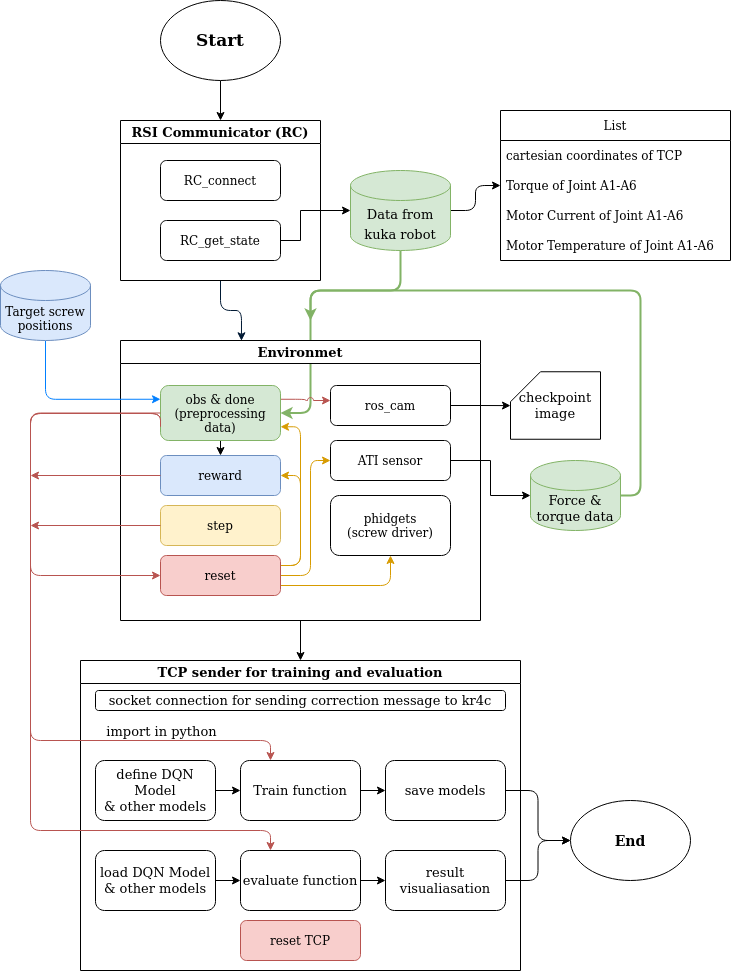
Before: New_Worflow.png, a diagram exported from draw.io (TONiiV/flowcharts). Source tidied: cells renumbered, new cells last; positions are measured from the earlier drawing's top-left corner, leaving out a move shared by most shapes.
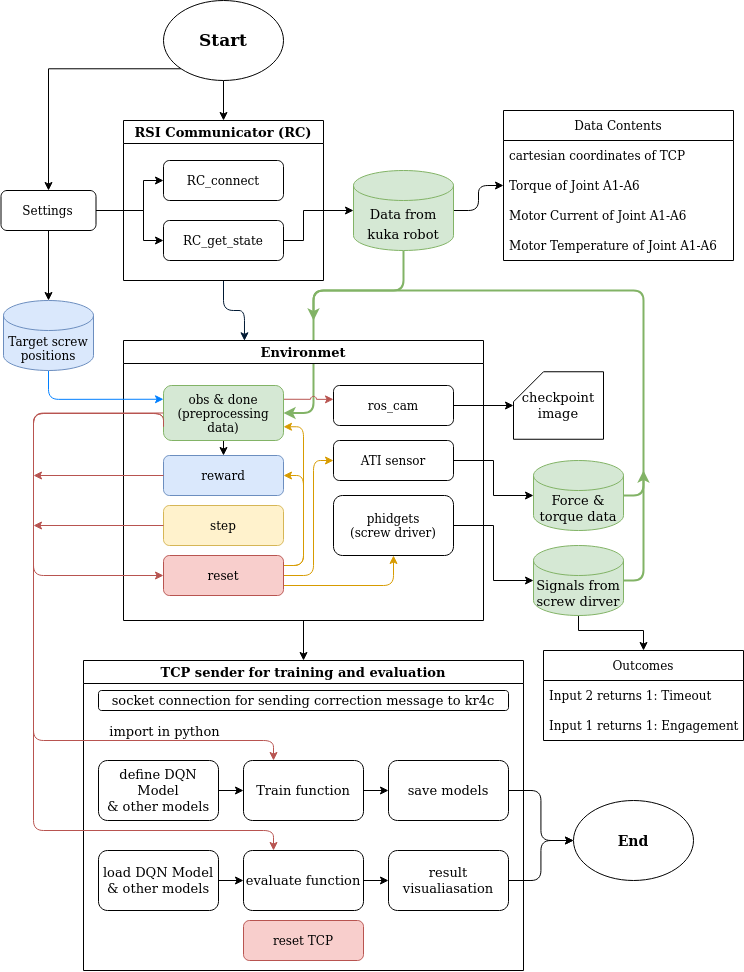
The same file after the commit.

The edit, as a diff of the source:
```diff
@@ -19,6 +19,9 @@
     <mxCell id="5" style="edgeStyle=orthogonalEdgeStyle;rounded=0;jettySize=auto;html=1;exitX=0.5;exitY=1;exitDx=0;exitDy=0;entryX=0.5;entryY=0;entryDx=0;entryDy=0;fontSize=13;" parent="1" edge="1" source="6" target="27">
       <mxGeometry relative="1" as="geometry" />
     </mxCell>
+    <mxCell id="61" style="edgeStyle=orthogonalEdgeStyle;rounded=0;jettySize=auto;html=1;exitX=0;exitY=1;exitDx=0;exitDy=0;strokeWidth=1;" parent="1" edge="1" source="6" target="72">
+      <mxGeometry relative="1" as="geometry" />
+    </mxCell>
     <mxCell id="6" value="&lt;font style=&quot;font-size: 17px&quot;&gt;&lt;b&gt;Start&lt;/b&gt;&lt;/font&gt;" style="ellipse;whiteSpace=wrap;html=1;" parent="1" vertex="1">
       <mxGeometry x="160" width="120" height="80" as="geometry" />
     </mxCell>
@@ -212,7 +215,7 @@
     <mxCell id="53" style="edgeStyle=orthogonalEdgeStyle;rounded=1;jettySize=auto;html=1;exitX=1;exitY=0.5;exitDx=0;exitDy=0;fontSize=14;strokeWidth=1;" parent="1" edge="1" source="44" target="51">
       <mxGeometry relative="1" as="geometry" />
     </mxCell>
-    <mxCell id="54" value="List" style="swimlane;fontStyle=0;horizontal=1;startSize=30;fontSize=12;" parent="1" vertex="1">
+    <mxCell id="54" value="Data Contents" style="swimlane;fontStyle=0;horizontal=1;startSize=30;fontSize=12;" parent="1" vertex="1">
       <mxGeometry x="500" y="110" width="230" height="150" as="geometry" />
     </mxCell>
     <mxCell id="55" value="cartesian coordinates of TCP" style="text;strokeColor=none;fillColor=none;align=left;verticalAlign=middle;spacingLeft=4;spacingRight=4;overflow=hidden;fontSize=12;" parent="54" vertex="1">
@@ -231,7 +234,57 @@
       <mxGeometry relative="1" as="geometry" />
     </mxCell>
     <mxCell id="60" value="Target screw positions" style="shape=cylinder3;whiteSpace=wrap;html=1;boundedLbl=1;backgroundOutline=1;size=15;fillColor=#dae8fc;strokeColor=#6c8ebf;" parent="1" vertex="1">
-      <mxGeometry y="270" width="90" height="70" as="geometry" />
+      <mxGeometry y="300" width="90" height="70" as="geometry" />
     </mxCell>
+    <mxCell id="62" style="edgeStyle=orthogonalEdgeStyle;rounded=1;jettySize=auto;html=1;exitX=1;exitY=0.5;exitDx=0;exitDy=0;exitPerimeter=0;fillColor=#d5e8d4;strokeColor=#82b366;strokeWidth=2;" parent="1" edge="1" source="64">
+      <mxGeometry relative="1" as="geometry">
+        <mxPoint x="640" y="470" as="targetPoint" />
+      </mxGeometry>
+    </mxCell>
+    <mxCell id="63" style="edgeStyle=orthogonalEdgeStyle;rounded=0;jettySize=auto;html=1;exitX=0.5;exitY=1;exitDx=0;exitDy=0;exitPerimeter=0;strokeWidth=1;" parent="1" edge="1" source="64" target="66">
+      <mxGeometry relative="1" as="geometry">
+        <Array as="points">
+          <mxPoint x="575" y="630" />
+          <mxPoint x="640" y="630" />
+        </Array>
+      </mxGeometry>
+    </mxCell>
+    <mxCell id="64" value="Signals from screw dirver" style="shape=cylinder3;whiteSpace=wrap;html=1;boundedLbl=1;backgroundOutline=1;size=15;fontSize=13;fillColor=#d5e8d4;strokeColor=#82b366;" parent="1" vertex="1">
+      <mxGeometry x="530" y="545" width="90" height="70" as="geometry" />
+    </mxCell>
+    <mxCell id="65" style="edgeStyle=orthogonalEdgeStyle;rounded=0;jettySize=auto;html=1;exitX=1;exitY=0.5;exitDx=0;exitDy=0;" parent="1" edge="1" source="14" target="64">
+      <mxGeometry relative="1" as="geometry" />
+    </mxCell>
+    <mxCell id="66" value="Outcomes" style="swimlane;fontStyle=0;horizontal=1;startSize=30;fontSize=12;" parent="1" vertex="1">
+      <mxGeometry x="540" y="650" width="200" height="90" as="geometry" />
+    </mxCell>
+    <mxCell id="67" value="Input 2 returns 1: Timeout" style="text;strokeColor=none;fillColor=none;align=left;verticalAlign=middle;spacingLeft=4;spacingRight=4;overflow=hidden;fontSize=12;" parent="66" vertex="1">
+      <mxGeometry y="30" width="200" height="30" as="geometry" />
+    </mxCell>
+    <mxCell id="68" value="Input 1 returns 1: Engagement" style="text;strokeColor=none;fillColor=none;align=left;verticalAlign=middle;spacingLeft=4;spacingRight=4;overflow=hidden;fontSize=12;" parent="66" vertex="1">
+      <mxGeometry y="60" width="200" height="30" as="geometry" />
+    </mxCell>
+    <mxCell id="69" style="edgeStyle=orthogonalEdgeStyle;rounded=0;jettySize=auto;html=1;exitX=0.5;exitY=1;exitDx=0;exitDy=0;strokeWidth=1;" parent="1" edge="1" source="72" target="60">
+      <mxGeometry relative="1" as="geometry" />
+    </mxCell>
+    <mxCell id="70" style="edgeStyle=orthogonalEdgeStyle;rounded=0;jettySize=auto;html=1;exitX=1;exitY=0.5;exitDx=0;exitDy=0;strokeWidth=1;" parent="1" edge="1" source="72" target="2">
+      <mxGeometry relative="1" as="geometry">
+        <Array as="points">
+          <mxPoint x="140" y="210" />
+          <mxPoint x="140" y="180" />
+        </Array>
+      </mxGeometry>
+    </mxCell>
+    <mxCell id="71" style="edgeStyle=orthogonalEdgeStyle;rounded=0;jettySize=auto;html=1;exitX=1;exitY=0.5;exitDx=0;exitDy=0;strokeWidth=1;" parent="1" edge="1" source="72" target="4">
+      <mxGeometry relative="1" as="geometry">
+        <Array as="points">
+          <mxPoint x="140" y="210" />
+          <mxPoint x="140" y="240" />
+        </Array>
+      </mxGeometry>
+    </mxCell>
+    <mxCell id="72" value="Settings" style="rounded=1;whiteSpace=wrap;html=1;" parent="1" vertex="1">
+      <mxGeometry x="-2.5" y="190" width="95" height="40" as="geometry" />
+    </mxCell>
   </root>
 </mxGraphModel>
```
